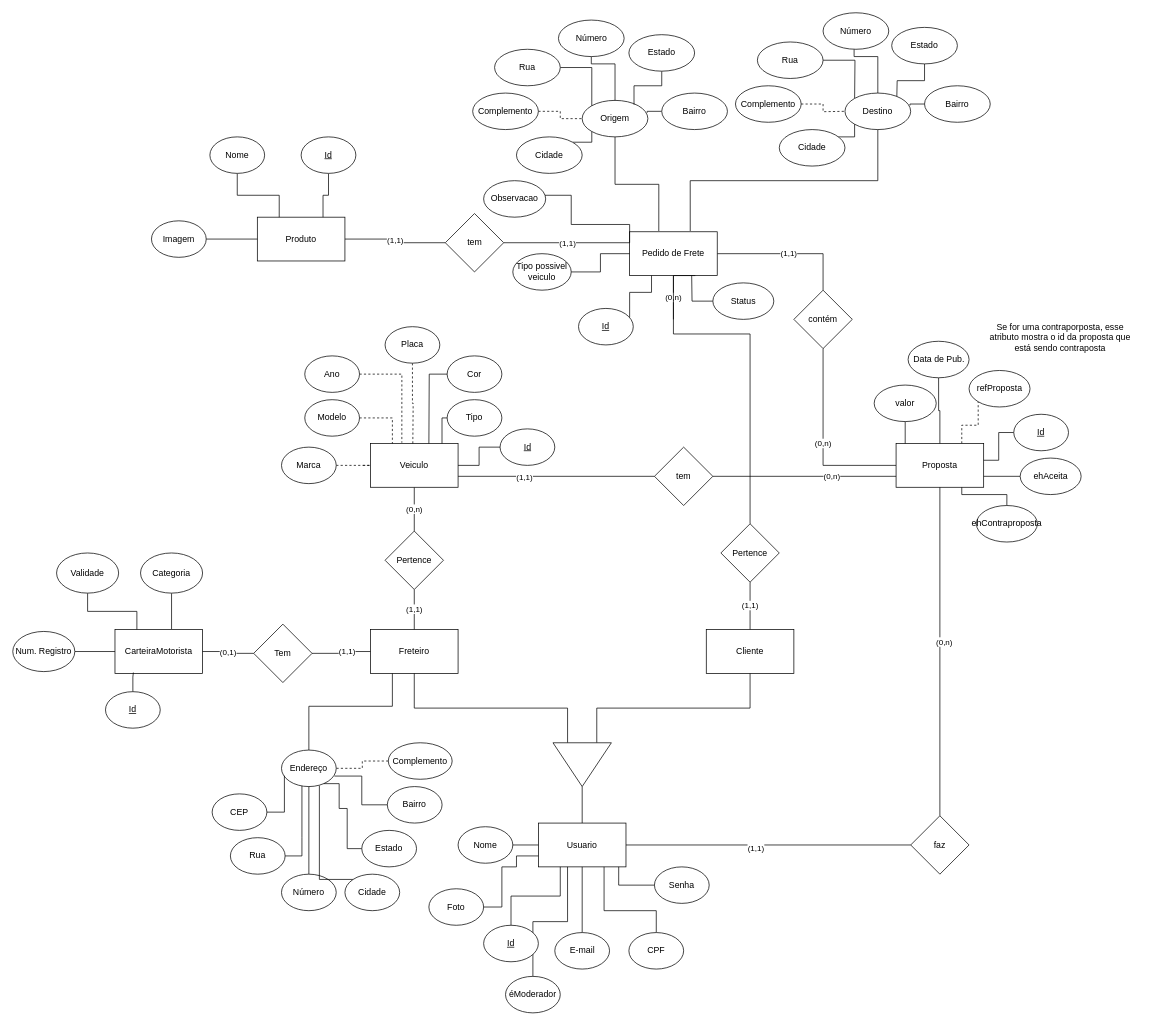
The draw.io diagram docs/fretexER.drawio in tads-cnat/fretex, before the edit. Source tidied: cells renumbered, new cells numbered last; positions are measured from the earlier drawing's top-left corner, leaving out a move shared by most shapes. Both pictures are drawn from the tidied source at 73%, with x=0, y=0 at pixel (12, 12).
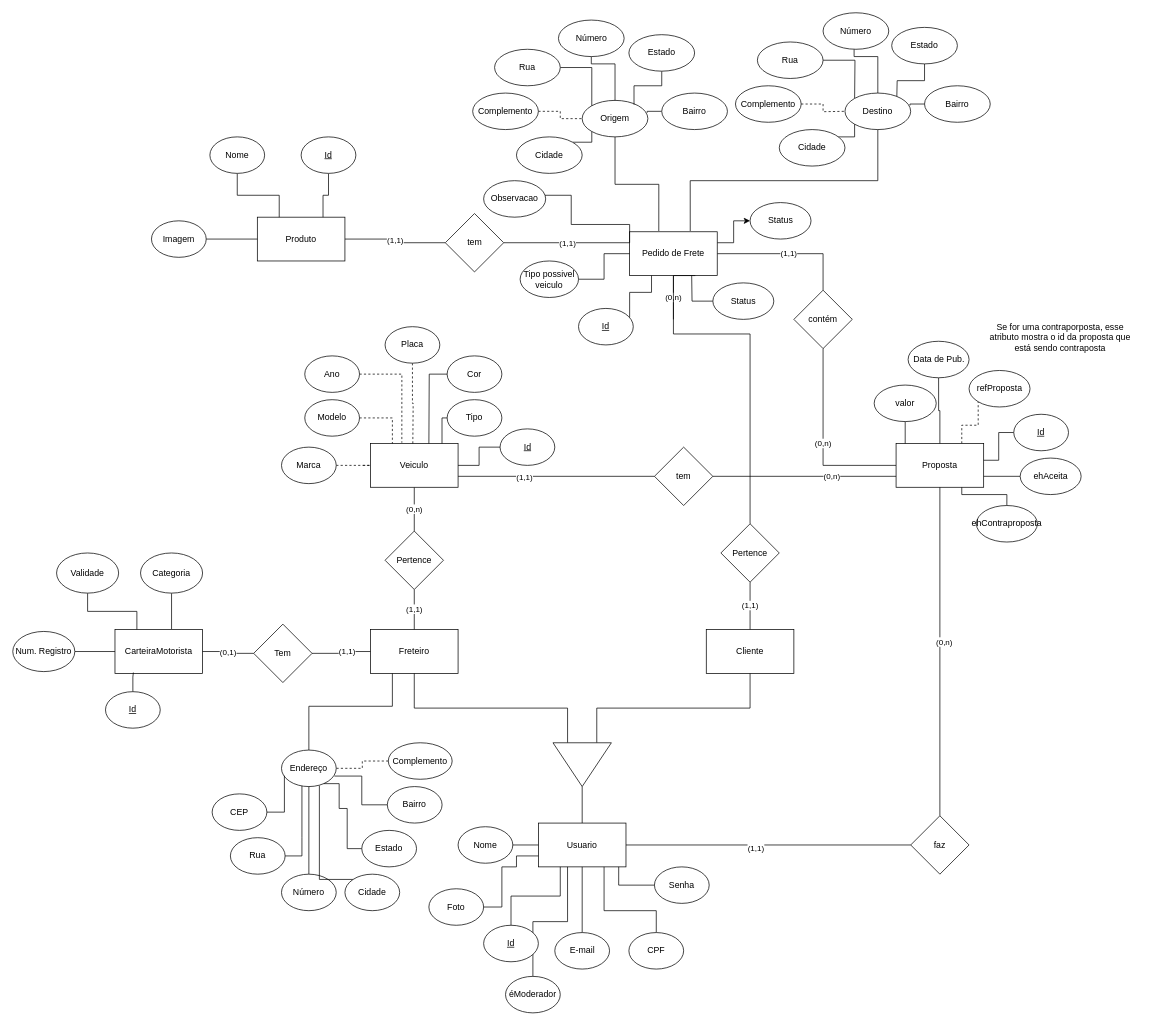
The same page after the edit.

Unchanged cells that the change refers to:
```xml
<mxCell id="16" value="Pedido de Frete" style="rounded=0;whiteSpace=wrap;html=1;" parent="1" vertex="1">
  <mxGeometry x="845" y="300" width="120" height="60" as="geometry" />
</mxCell>
```

What changed in the source:
```diff
@@
+    <mxCell id="150" style="edgeStyle=orthogonalEdgeStyle;rounded=0;jettySize=auto;html=1;exitX=1;exitY=0.25;exitDx=0;exitDy=0;entryX=0;entryY=0.5;entryDx=0;entryDy=0;strokeColor=none;" parent="1" edge="1" source="16" target="152">
+      <mxGeometry relative="1" as="geometry" />
+    </mxCell>
+    <mxCell id="151" style="edgeStyle=orthogonalEdgeStyle;rounded=0;jettySize=auto;html=1;exitX=1;exitY=0.25;exitDx=0;exitDy=0;strokeColor=default;" parent="1" edge="1" source="16" target="152">
+      <mxGeometry relative="1" as="geometry" />
+    </mxCell>
@@
     <mxCell id="55" value="Tipo possivel veiculo" style="ellipse;whiteSpace=wrap;html=1;" parent="1" vertex="1">
-      <mxGeometry x="685" y="330" width="80" height="50" as="geometry" />
+      <mxGeometry x="695" y="340" width="80" height="50" as="geometry" />
     </mxCell>
@@
+    <mxCell id="152" value="Status" style="ellipse;whiteSpace=wrap;html=1;" parent="1" vertex="1">
+      <mxGeometry x="1010" y="260" width="83.5" height="50" as="geometry" />
+    </mxCell>
```
